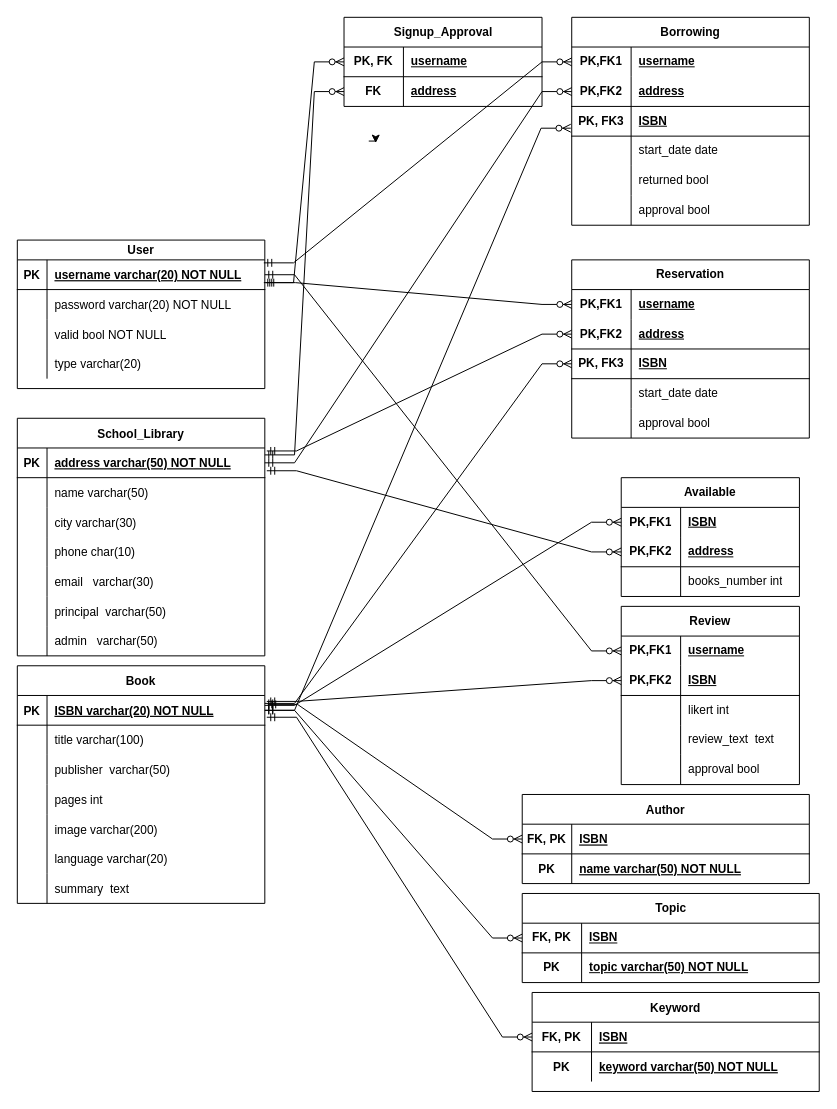
Earlier version of the draw.io diagram Relational Schema.drawio (ntua-el20069/school-library-app). Source tidied: cells renumbered, new cells numbered last; positions are measured from the earlier drawing's top-left corner, leaving out a move shared by most shapes. Both pictures are drawn from the tidied source at 99%, with x=0, y=0 at pixel (17, 17).
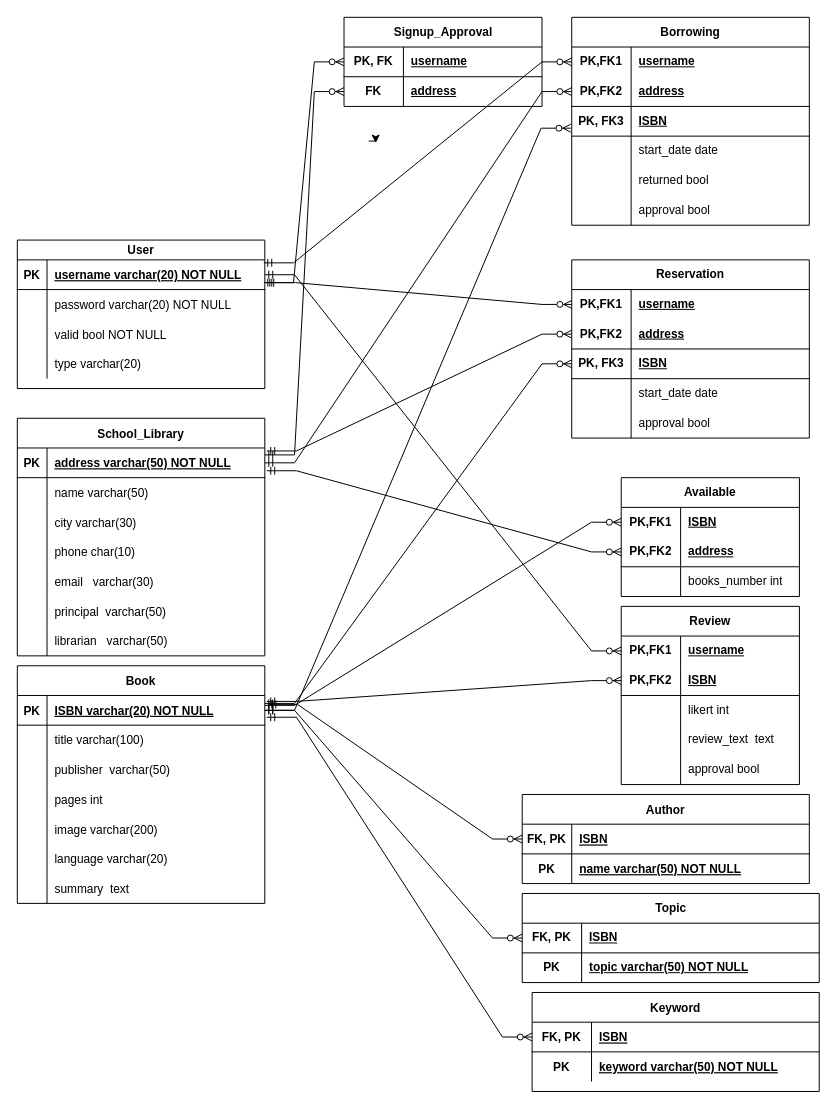
Above is the later version.

Commit message:
Ενημέρωση Relational Schema - librarian.drawio

The change refers to these unchanged cells:
```xml
<mxCell id="41" style="shape=partialRectangle;fillColor=none;top=0;left=0;right=0;bottom=0;" parent="22" vertex="1">
  <mxGeometry y="210" width="250" height="30" as="geometry" />
</mxCell>
```

What changed in the source:
```diff
@@
-    <mxCell id="43" value="admin   varchar(50)" style="shape=partialRectangle;overflow=hidden;fillColor=none;top=0;left=0;bottom=0;right=0;align=left;spacingLeft=6;" parent="41" vertex="1">
+    <mxCell id="43" value="librarian   varchar(50)" style="shape=partialRectangle;overflow=hidden;fillColor=none;top=0;left=0;bottom=0;right=0;align=left;spacingLeft=6;" parent="41" vertex="1">
       <mxGeometry x="30" width="220" height="30" as="geometry" />
     </mxCell>
```
